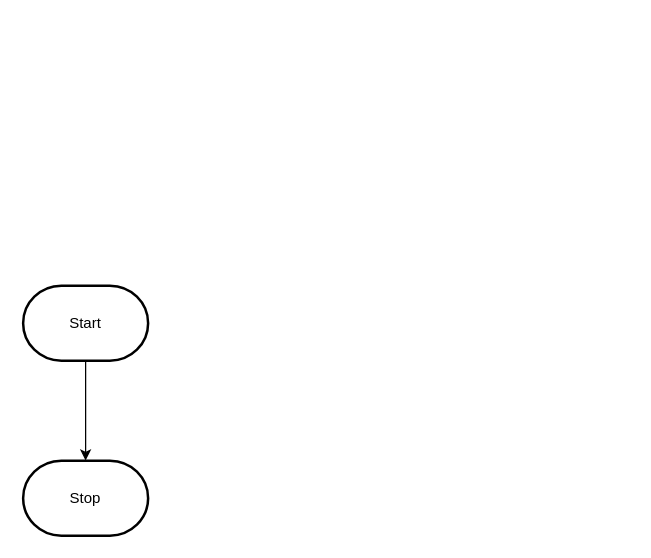
MTHS-ICS2O-2-2022/ICS2O-Unit-5-08-Mohamad-Tanbari keeps this draw.io diagram as design/flowchart.drawio. Above is the earlier version. Source tidied: cells renumbered, new cells numbered last; positions are measured from the earlier drawing's top-left corner, leaving out a move shared by most shapes. Both pictures are drawn from the tidied source at 125%, with x=0, y=0 at pixel (22, 285).
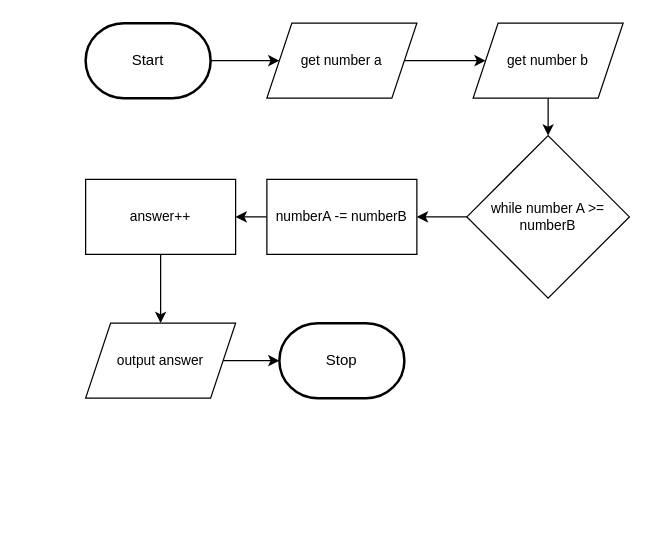
The same diagram, later.

What changed in the source:
```diff
@@
 <mxGraphModel>
   <root>
     <mxCell id="0" />
     <mxCell id="1" parent="0" />
-    <mxCell id="2" style="edgeStyle=orthogonalEdgeStyle;html=1;rounded=0;" parent="1" edge="1" source="3" target="4">
-      <mxGeometry relative="1" as="geometry" />
-    </mxCell>
+    <mxCell id="5" style="edgeStyle=orthogonalEdgeStyle;shape=connector;rounded=0;html=1;labelBackgroundColor=default;strokeColor=default;fontFamily=Helvetica;fontSize=11;fontColor=default;endArrow=classic;" parent="1" edge="1" source="3" target="2">
+      <mxGeometry relative="1" as="geometry" />
+    </mxCell>
     <mxCell id="3" value="Start" style="strokeWidth=2;html=1;shape=mxgraph.flowchart.terminator;whiteSpace=wrap;" parent="1" vertex="1">
-      <mxGeometry width="100" height="60" as="geometry" />
+      <mxGeometry x="50" y="-210" width="100" height="60" as="geometry" />
     </mxCell>
     <mxCell id="4" value="Stop" style="strokeWidth=2;html=1;shape=mxgraph.flowchart.terminator;whiteSpace=wrap;" parent="1" vertex="1">
-      <mxGeometry y="140" width="100" height="60" as="geometry" />
+      <mxGeometry x="205" y="30" width="100" height="60" as="geometry" />
     </mxCell>
+    <mxCell id="6" style="edgeStyle=orthogonalEdgeStyle;shape=connector;rounded=0;html=1;labelBackgroundColor=default;strokeColor=default;fontFamily=Helvetica;fontSize=11;fontColor=default;endArrow=classic;" parent="1" edge="1" source="2" target="8">
+      <mxGeometry relative="1" as="geometry" />
+    </mxCell>
+    <mxCell id="2" value="get number a" style="shape=parallelogram;perimeter=parallelogramPerimeter;whiteSpace=wrap;html=1;fixedSize=1;fontFamily=Helvetica;fontSize=11;fontColor=default;" parent="1" vertex="1">
+      <mxGeometry x="195" y="-210" width="120" height="60" as="geometry" />
+    </mxCell>
+    <mxCell id="7" style="edgeStyle=orthogonalEdgeStyle;shape=connector;rounded=0;html=1;labelBackgroundColor=default;strokeColor=default;fontFamily=Helvetica;fontSize=11;fontColor=default;endArrow=classic;" parent="1" edge="1" source="8" target="10">
+      <mxGeometry relative="1" as="geometry" />
+    </mxCell>
+    <mxCell id="8" value="get number b" style="shape=parallelogram;perimeter=parallelogramPerimeter;whiteSpace=wrap;html=1;fixedSize=1;fontFamily=Helvetica;fontSize=11;fontColor=default;" parent="1" vertex="1">
+      <mxGeometry x="360" y="-210" width="120" height="60" as="geometry" />
+    </mxCell>
+    <mxCell id="9" style="edgeStyle=orthogonalEdgeStyle;shape=connector;rounded=0;html=1;labelBackgroundColor=default;strokeColor=default;fontFamily=Helvetica;fontSize=11;fontColor=default;endArrow=classic;" parent="1" edge="1" source="10" target="12">
+      <mxGeometry relative="1" as="geometry" />
+    </mxCell>
+    <mxCell id="10" value="while number A &amp;gt;= numberB" style="rhombus;whiteSpace=wrap;html=1;fontSize=11;" parent="1" vertex="1">
+      <mxGeometry x="355" y="-120" width="130" height="130" as="geometry" />
+    </mxCell>
+    <mxCell id="11" style="edgeStyle=none;html=1;" parent="1" edge="1" source="12" target="14">
+      <mxGeometry relative="1" as="geometry" />
+    </mxCell>
+    <mxCell id="12" value="numberA -= numberB" style="whiteSpace=wrap;html=1;fontSize=11;" parent="1" vertex="1">
+      <mxGeometry x="195" y="-85" width="120" height="60" as="geometry" />
+    </mxCell>
+    <mxCell id="13" style="edgeStyle=none;html=1;" parent="1" edge="1" source="14" target="16">
+      <mxGeometry relative="1" as="geometry" />
+    </mxCell>
+    <mxCell id="14" value="answer++" style="whiteSpace=wrap;html=1;fontSize=11;" parent="1" vertex="1">
+      <mxGeometry x="50" y="-85" width="120" height="60" as="geometry" />
+    </mxCell>
+    <mxCell id="15" style="edgeStyle=none;html=1;" parent="1" edge="1" source="16" target="4">
+      <mxGeometry relative="1" as="geometry" />
+    </mxCell>
+    <mxCell id="16" value="output answer" style="shape=parallelogram;perimeter=parallelogramPerimeter;whiteSpace=wrap;html=1;fixedSize=1;fontSize=11;" parent="1" vertex="1">
+      <mxGeometry x="50" y="30" width="120" height="60" as="geometry" />
+    </mxCell>
   </root>
 </mxGraphModel>
```
